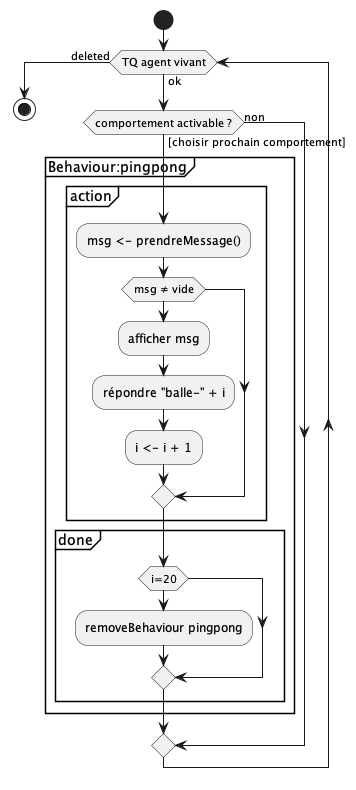
The PlantUML diagram pingPong/compPingPong.png in EmmanuelADAM/jade, before a commit. The source it was exported from:
```plantuml
@startuml compPingPong

start
while (TQ agent vivant) is (ok)
if (comportement activable ?) then ([choisir prochain comportement])
    partition "Behaviour:pingpong" {
      partition "action" {
          :msg <- prendreMessage();
          if (msg ≠ vide) then
            :afficher msg;
            :répondre "balle-" + i;
            :i <- i + 1;
          endif
      }
      partition "done" {
          if (i=20) then
            :removeBehaviour pingpong;
          endif
      }
    }

 else(non)
 endif
  endwhile (deleted)
stop

@enduml
```
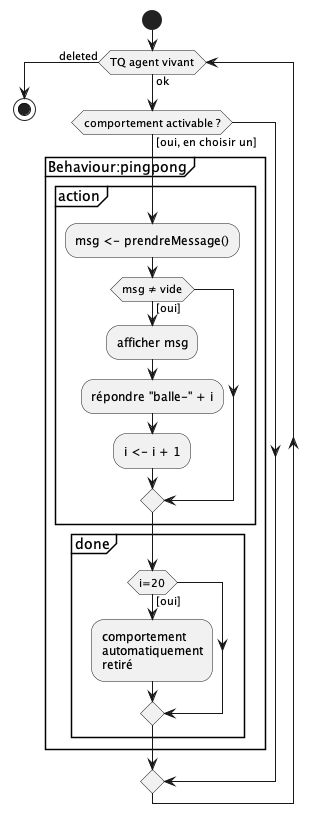
After the commit.

Change to the diagram source:
```diff
@@ -2,24 +2,23 @@
 
 start
 while (TQ agent vivant) is (ok)
-if (comportement activable ?) then ([choisir prochain comportement])
+if (comportement activable ?) then ([oui, en choisir un])
     partition "Behaviour:pingpong" {
       partition "action" {
           :msg <- prendreMessage();
-          if (msg ≠ vide) then
+          if (msg ≠ vide) then ([oui])
             :afficher msg;
             :répondre "balle-" + i;
             :i <- i + 1;
           endif
       }
       partition "done" {
-          if (i=20) then
-            :removeBehaviour pingpong;
+          if (i=20) then ([oui])
+            :comportement \nautomatiquement\nretiré;
           endif
       }
     }
 
- else(non)
  endif
   endwhile (deleted)
 stop
```
